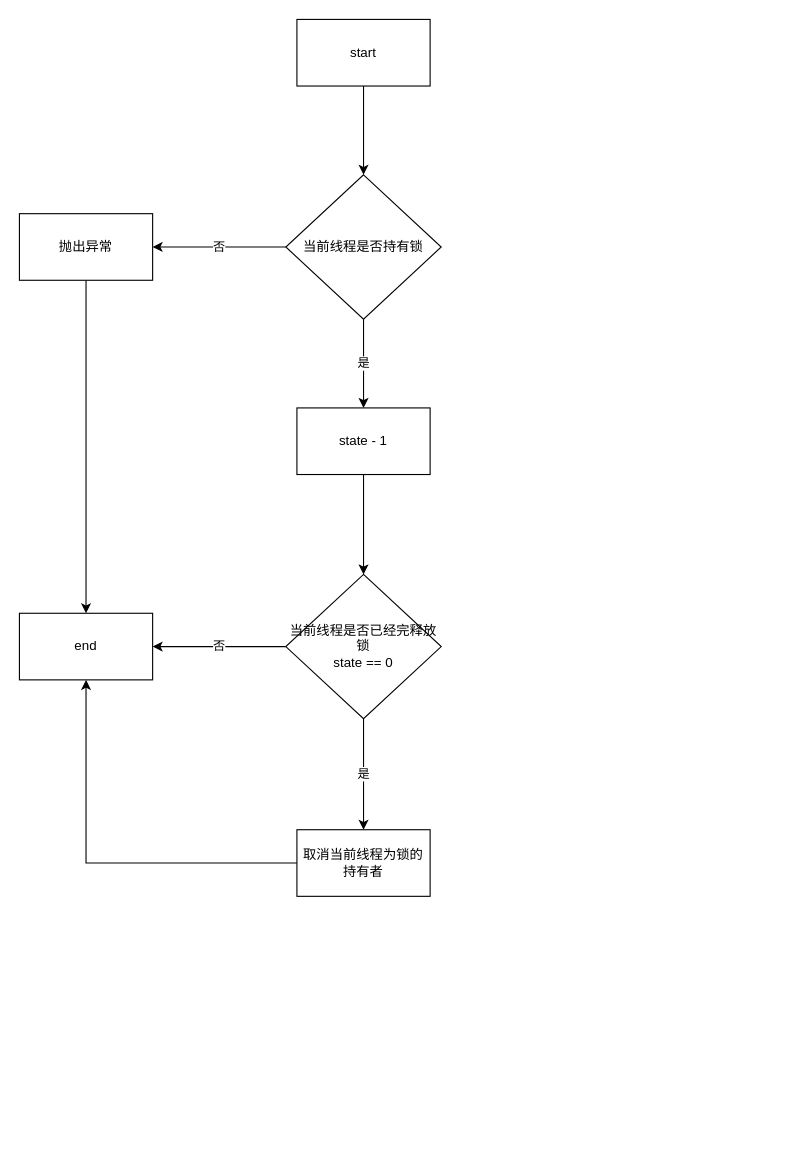
xiaomingcong/learnAlgorithm keeps this draw.io diagram as page "unlock" (3 of 3) of graphics/ReentrantLock、synchronized&AQS.drawio. Above is the earlier version. Source tidied: cells renumbered, new cells numbered last; positions are measured from the earlier drawing's top-left corner, leaving out a move shared by most shapes. Both pictures are drawn from the tidied source at 111%, with x=0, y=0 at pixel (19, 19).
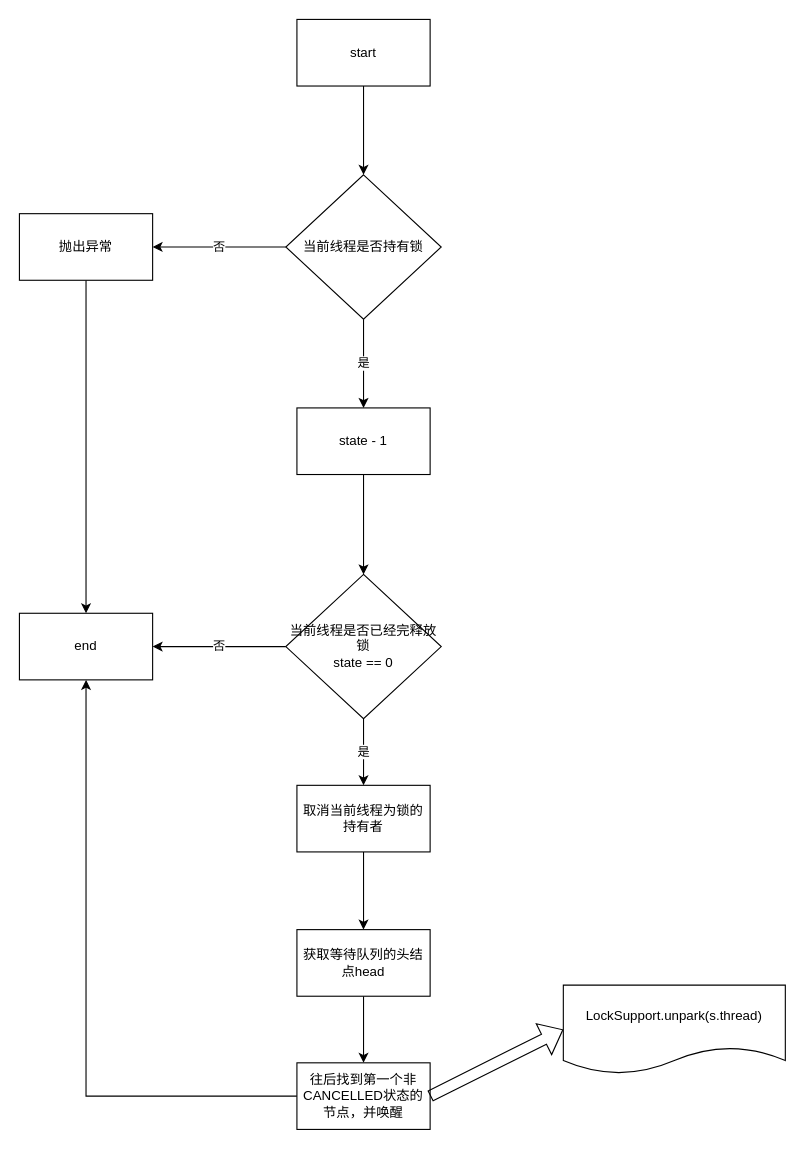
The same diagram, later.

The change refers to these unchanged cells:
```xml
<mxCell id="16" value="end" style="whiteSpace=wrap;html=1;fontColor=#000000;" parent="1" vertex="1">
  <mxGeometry y="535" width="120" height="60" as="geometry" />
</mxCell>
```

Change to the diagram source:
```diff
@@
-    <mxCell id="14" style="edgeStyle=orthogonalEdgeStyle;rounded=0;jettySize=auto;html=1;entryX=0.5;entryY=1;entryDx=0;entryDy=0;fontColor=#000000;" parent="1" edge="1" source="15" target="16">
-      <mxGeometry relative="1" as="geometry" />
-    </mxCell>
+    <mxCell id="17" style="edgeStyle=orthogonalEdgeStyle;rounded=0;jettySize=auto;html=1;entryX=0.5;entryY=0;entryDx=0;entryDy=0;fontColor=#000000;" parent="1" edge="1" source="15" target="19">
+      <mxGeometry relative="1" as="geometry" />
+    </mxCell>
     <mxCell id="15" value="取消当前线程为锁的持有者" style="whiteSpace=wrap;html=1;fontColor=#000000;" parent="1" vertex="1">
-      <mxGeometry x="250" y="730" width="120" height="60" as="geometry" />
+      <mxGeometry x="250" y="690" width="120" height="60" as="geometry" />
     </mxCell>
@@
+    <mxCell id="18" style="edgeStyle=orthogonalEdgeStyle;rounded=0;jettySize=auto;html=1;entryX=0.5;entryY=0;entryDx=0;entryDy=0;fontColor=#000000;" parent="1" edge="1" source="19" target="21">
+      <mxGeometry relative="1" as="geometry" />
+    </mxCell>
+    <mxCell id="19" value="获取等待队列的头结点head" style="whiteSpace=wrap;html=1;fontColor=#000000;" parent="1" vertex="1">
+      <mxGeometry x="250" y="820" width="120" height="60" as="geometry" />
+    </mxCell>
+    <mxCell id="20" style="edgeStyle=orthogonalEdgeStyle;rounded=0;jettySize=auto;html=1;entryX=0.5;entryY=1;entryDx=0;entryDy=0;fontColor=#000000;" parent="1" edge="1" source="21" target="16">
+      <mxGeometry relative="1" as="geometry" />
+    </mxCell>
+    <mxCell id="21" value="往后找到第一个非CANCELLED状态的节点，并唤醒" style="whiteSpace=wrap;html=1;fontColor=#000000;" parent="1" vertex="1">
+      <mxGeometry x="250" y="940" width="120" height="60" as="geometry" />
+    </mxCell>
+    <mxCell id="22" style="shape=flexArrow;endArrow=classic;html=1;rounded=0;fontColor=#000000;exitX=1;exitY=0.5;exitDx=0;exitDy=0;entryX=0;entryY=0.5;entryDx=0;entryDy=0;" parent="1" edge="1" source="21" target="23">
+      <mxGeometry relative="1" as="geometry" />
+    </mxCell>
+    <mxCell id="23" value="LockSupport.unpark(s.thread)" style="shape=document;whiteSpace=wrap;html=1;boundedLbl=1;fontColor=#000000;" parent="1" vertex="1">
+      <mxGeometry x="490" y="870" width="200" height="80" as="geometry" />
+    </mxCell>
```
